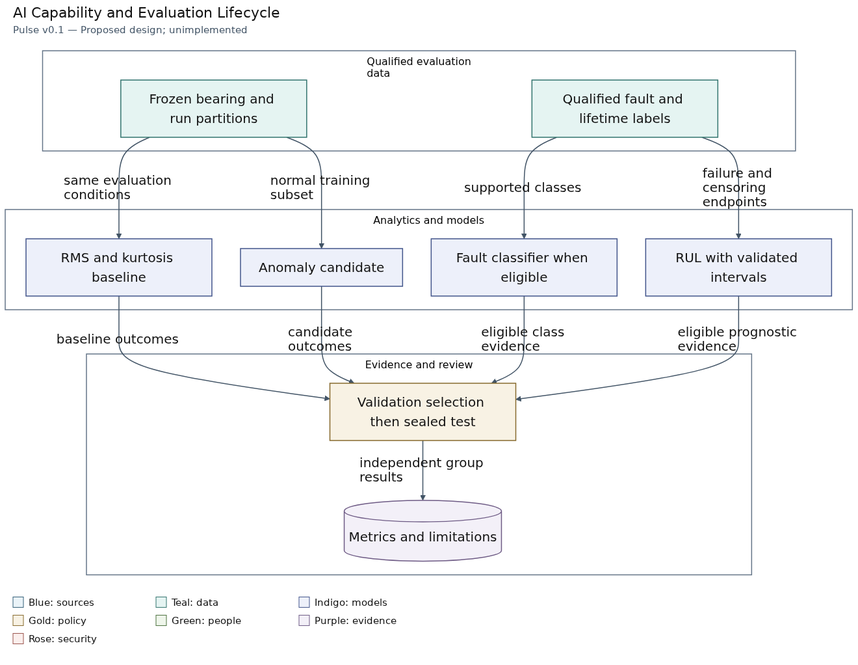
Before: docs/diagrams/04_model_lifecycle.png, a diagram exported from Mermaid (Douglas-Moore-Engineering/pulse-bearing-health). Its source is kept beside it as docs/diagrams/04_model_lifecycle.mmd.
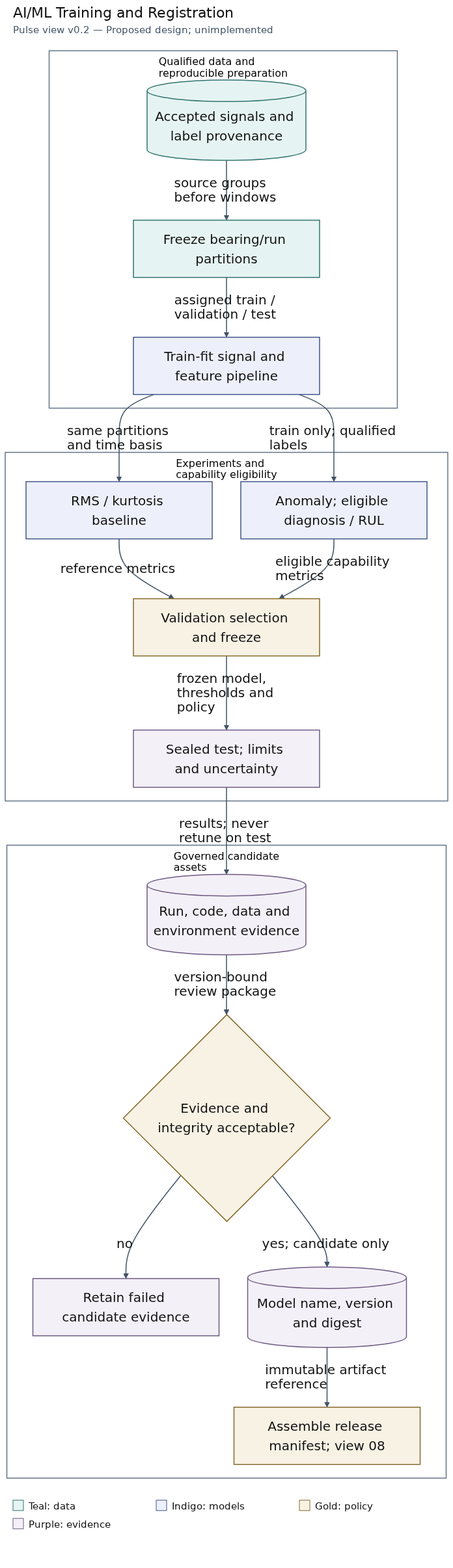
After the commit.

What changed in the source:
```diff
@@ -1,31 +1,38 @@
 flowchart TD
-subgraph sg_data["Qualified evaluation data"]
- groups["Frozen bearing and run partitions"]
- labels["Qualified fault and lifetime labels"]
+subgraph sg_data["Qualified data and reproducible preparation"]
+  data[("Accepted signals and label provenance")]
+  split["Freeze bearing/run partitions"]
+  prep["Train-fit signal and feature pipeline"]
 end
-subgraph sg_models["Analytics and models"]
- baseline["RMS and kurtosis baseline"]
- anomaly["Anomaly candidate"]
- diagnosis["Fault classifier when eligible"]
- rul["RUL with validated intervals"]
+subgraph sg_models["Experiments and capability eligibility"]
+  baseline["RMS / kurtosis baseline"]
+  candidates["Anomaly; eligible diagnosis / RUL"]
+  validation["Validation selection and freeze"]
+  test["Sealed test; limits and uncertainty"]
 end
-subgraph sg_review["Evidence and review"]
- compare["Validation selection then sealed test"]
- report[("Metrics and limitations")]
+subgraph sg_register["Governed candidate assets"]
+  runs[("Run, code, data and environment evidence")]
+  gate{"Evidence and integrity acceptable?"}
+  rejected["Retain failed candidate evidence"]
+  registry[("Model name, version and digest")]
+  manifest["Assemble release manifest; view 08"]
 end
-groups -->|"same evaluation conditions"| baseline
-groups -->|"normal training subset"| anomaly
-labels -->|"supported classes"| diagnosis
-labels -->|"failure and censoring endpoints"| rul
-baseline -->|"baseline outcomes"| compare
-anomaly -->|"candidate outcomes"| compare
-diagnosis -->|"eligible class evidence"| compare
-rul -->|"eligible prognostic evidence"| compare
-compare -->|"independent group results"| report
-class groups,labels data
-class baseline,anomaly,diagnosis,rul model
-class compare policy
-class report evidence
+data -->|"source groups before windows"| split
+split -->|"assigned train / validation / test"| prep
+prep -->|"same partitions and time basis"| baseline
+prep -->|"train only; qualified labels"| candidates
+baseline -->|"reference metrics"| validation
+candidates -->|"eligible capability metrics"| validation
+validation -->|"frozen model, thresholds and policy"| test
+test -->|"results; never retune on test"| runs
+runs -->|"version-bound review package"| gate
+gate -->|"no"| rejected
+gate -->|"yes; candidate only"| registry
+registry -->|"immutable artifact reference"| manifest
+class data,split data
+class prep,baseline,candidates model
+class validation,gate,manifest policy
+class test,runs,rejected,registry evidence
   classDef source fill:#EAF3F8,stroke:#356079,stroke-width:1.5px,color:#111111
   classDef data fill:#E5F4F2,stroke:#32746E,stroke-width:1.5px,color:#111111
   classDef model fill:#EDF0FA,stroke:#42558B,stroke-width:1.5px,color:#111111
@@ -35,5 +42,5 @@
   classDef security fill:#FBEFED,stroke:#9B534C,stroke-width:1.5px,color:#111111
   style sg_data fill:none,stroke:#657588,stroke-width:1.5px,color:#111111
   style sg_models fill:none,stroke:#657588,stroke-width:1.5px,color:#111111
-  style sg_review fill:none,stroke:#657588,stroke-width:1.5px,color:#111111
+  style sg_register fill:none,stroke:#657588,stroke-width:1.5px,color:#111111
   linkStyle default stroke:#425466,stroke-width:1.5px
```
